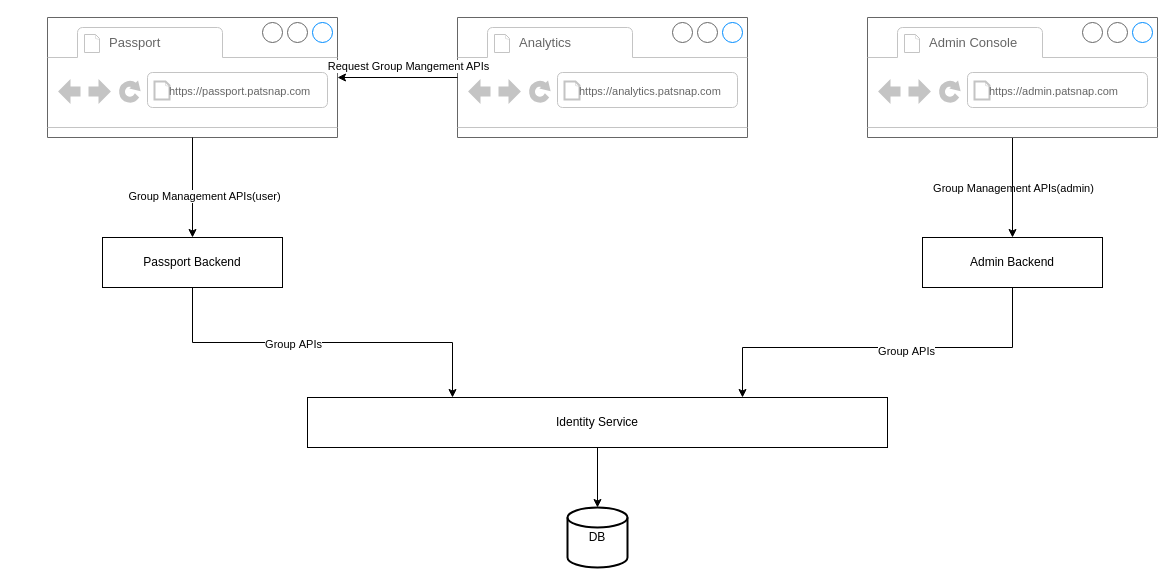
Before: Team Management.drawio in yindongjun/gangzhang.github.io, a draw.io diagram. Source tidied: cells renumbered, new cells numbered last; positions are measured from the earlier drawing's top-left corner, leaving out a move shared by most shapes. Both pictures are drawn from the tidied source at 100%, with x=0, y=0 at pixel (47, 17).
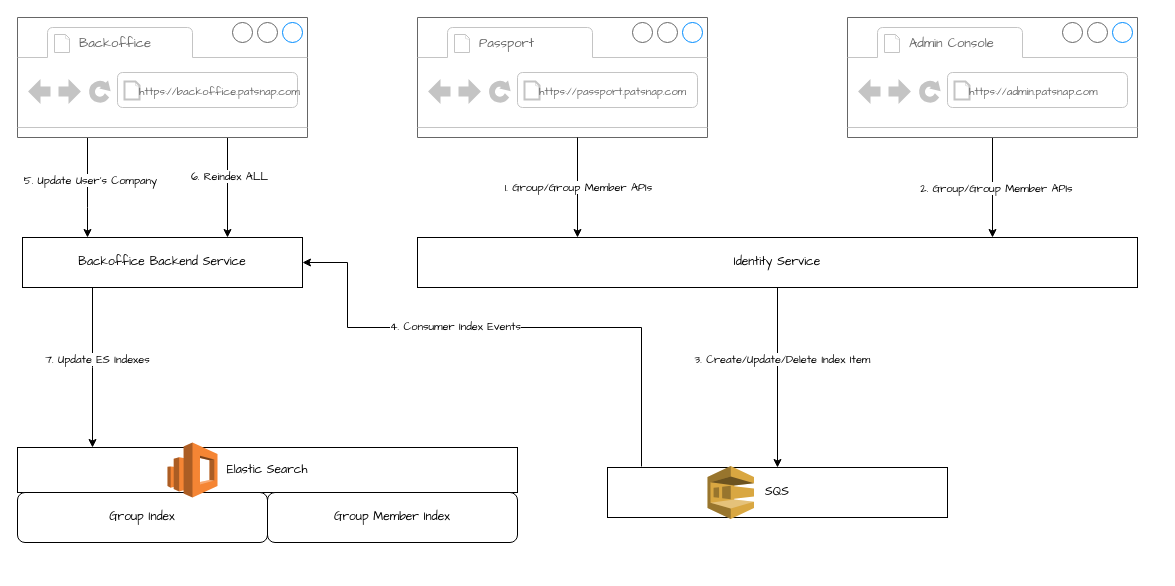
After the change.

Diff of the diagram source:
```diff
@@
+    <mxCell id="26" style="edgeStyle=orthogonalEdgeStyle;rounded=0;sketch=0;jettySize=auto;html=1;shadow=0;fontFamily=Comic Sans MS;" parent="1" edge="1" source="2" target="36">
+      <mxGeometry relative="1" as="geometry">
+        <Array as="points">
+          <mxPoint x="40" y="190" />
+          <mxPoint x="40" y="190" />
+        </Array>
+      </mxGeometry>
+    </mxCell>
+    <mxCell id="27" value="5. Update User's Company" style="edgeLabel;html=1;align=center;verticalAlign=middle;fontFamily=Comic Sans MS;" parent="26" vertex="1">
+      <mxGeometry x="-0.16" y="2" relative="1" as="geometry" />
+    </mxCell>
+    <mxCell id="28" style="edgeStyle=orthogonalEdgeStyle;rounded=0;sketch=0;jettySize=auto;html=1;shadow=0;fontFamily=Comic Sans MS;" parent="1" edge="1" source="2" target="36">
+      <mxGeometry relative="1" as="geometry">
+        <Array as="points">
+          <mxPoint x="180" y="160" />
+          <mxPoint x="180" y="160" />
+        </Array>
+      </mxGeometry>
+    </mxCell>
+    <mxCell id="29" value="6. Reindex ALL" style="edgeLabel;html=1;align=center;verticalAlign=middle;fontFamily=Comic Sans MS;" parent="28" vertex="1">
+      <mxGeometry x="-0.24" y="1" relative="1" as="geometry" />
+    </mxCell>
-    <mxCell id="2" style="strokeWidth=1;shadow=0;dashed=0;align=center;html=1;shape=mxgraph.mockup.containers.browserWindow;rSize=0;strokeColor=#666666;strokeColor2=#008cff;strokeColor3=#c4c4c4;mainText=,;" parent="1" vertex="1">
-      <mxGeometry x="410" width="290" height="120" as="geometry" />
+    <mxCell id="2" style="strokeWidth=1;shadow=0;dashed=0;align=center;html=1;shape=mxgraph.mockup.containers.browserWindow;rSize=0;strokeColor=#666666;strokeColor2=#008cff;strokeColor3=#c4c4c4;mainText=,;fontFamily=Comic Sans MS;" parent="1" vertex="1">
+      <mxGeometry x="-30" width="290" height="120" as="geometry" />
     </mxCell>
-    <mxCell id="3" value="&lt;font style=&quot;font-size: 13px&quot;&gt;Analytics&lt;/font&gt;" style="strokeWidth=1;shadow=0;dashed=0;align=center;html=1;shape=mxgraph.mockup.containers.anchor;fontSize=17;fontColor=#666666;align=left;" parent="2" vertex="1">
+    <mxCell id="3" value="&lt;font style=&quot;font-size: 13px&quot;&gt;Backoffice&lt;/font&gt;" style="strokeWidth=1;shadow=0;dashed=0;align=center;html=1;shape=mxgraph.mockup.containers.anchor;fontSize=17;fontColor=#666666;align=left;fontFamily=Comic Sans MS;" parent="2" vertex="1">
       <mxGeometry x="60" y="12" width="110" height="26" as="geometry" />
     </mxCell>
-    <mxCell id="4" value="&lt;font style=&quot;font-size: 11px&quot;&gt;https://analytics.patsnap.com&lt;/font&gt;" style="strokeWidth=1;shadow=0;dashed=0;align=center;html=1;shape=mxgraph.mockup.containers.anchor;rSize=0;fontSize=17;fontColor=#666666;align=left;" parent="2" vertex="1">
+    <mxCell id="4" value="&lt;font style=&quot;font-size: 11px&quot;&gt;https://backoffice.patsnap.com&lt;/font&gt;" style="strokeWidth=1;shadow=0;dashed=0;align=center;html=1;shape=mxgraph.mockup.containers.anchor;rSize=0;fontSize=17;fontColor=#666666;align=left;fontFamily=Comic Sans MS;" parent="2" vertex="1">
       <mxGeometry x="120" y="60" width="160" height="26" as="geometry" />
     </mxCell>
-    <mxCell id="5" style="strokeWidth=1;shadow=0;dashed=0;align=center;html=1;shape=mxgraph.mockup.containers.browserWindow;rSize=0;strokeColor=#666666;strokeColor2=#008cff;strokeColor3=#c4c4c4;mainText=,;" parent="1" vertex="1">
-      <mxGeometry width="290" height="120" as="geometry" />
+    <mxCell id="5" style="strokeWidth=1;shadow=0;dashed=0;align=center;html=1;shape=mxgraph.mockup.containers.browserWindow;rSize=0;strokeColor=#666666;strokeColor2=#008cff;strokeColor3=#c4c4c4;mainText=,;fontFamily=Comic Sans MS;" parent="1" vertex="1">
+      <mxGeometry x="370" width="290" height="120" as="geometry" />
     </mxCell>
-    <mxCell id="6" value="&lt;font style=&quot;font-size: 13px&quot;&gt;Passport&lt;/font&gt;" style="strokeWidth=1;shadow=0;dashed=0;align=center;html=1;shape=mxgraph.mockup.containers.anchor;fontSize=17;fontColor=#666666;align=left;" parent="5" vertex="1">
+    <mxCell id="6" value="&lt;font style=&quot;font-size: 13px&quot;&gt;Passport&lt;/font&gt;" style="strokeWidth=1;shadow=0;dashed=0;align=center;html=1;shape=mxgraph.mockup.containers.anchor;fontSize=17;fontColor=#666666;align=left;fontFamily=Comic Sans MS;" parent="5" vertex="1">
       <mxGeometry x="60" y="12" width="110" height="26" as="geometry" />
     </mxCell>
-    <mxCell id="7" value="&lt;font style=&quot;font-size: 11px&quot;&gt;https://passport.patsnap.com&lt;/font&gt;" style="strokeWidth=1;shadow=0;dashed=0;align=center;html=1;shape=mxgraph.mockup.containers.anchor;rSize=0;fontSize=17;fontColor=#666666;align=left;" parent="5" vertex="1">
+    <mxCell id="7" value="&lt;font style=&quot;font-size: 11px&quot;&gt;https://passport.patsnap.com&lt;/font&gt;" style="strokeWidth=1;shadow=0;dashed=0;align=center;html=1;shape=mxgraph.mockup.containers.anchor;rSize=0;fontSize=17;fontColor=#666666;align=left;fontFamily=Comic Sans MS;" parent="5" vertex="1">
       <mxGeometry x="120" y="60" width="160" height="26" as="geometry" />
     </mxCell>
-    <mxCell id="8" style="edgeStyle=orthogonalEdgeStyle;rounded=0;jettySize=auto;html=1;" parent="1" edge="1" source="2" target="5">
-      <mxGeometry relative="1" as="geometry" />
-    </mxCell>
-    <mxCell id="9" value="Request Group Mangement APIs" style="edgeLabel;html=1;align=center;verticalAlign=middle;" parent="8" vertex="1">
-      <mxGeometry x="0.02" y="3" relative="1" as="geometry">
-        <mxPoint x="11" y="-15" as="offset" />
-      </mxGeometry>
-    </mxCell>
-    <mxCell id="10" style="edgeStyle=orthogonalEdgeStyle;rounded=0;jettySize=auto;html=1;" parent="1" edge="1" source="5" target="18">
-      <mxGeometry relative="1" as="geometry" />
-    </mxCell>
-    <mxCell id="11" value="Group Management APIs(admin)" style="edgeLabel;html=1;align=center;verticalAlign=middle;" parent="10" vertex="1">
-      <mxGeometry x="-0.04" y="1" relative="1" as="geometry">
-        <mxPoint x="819" y="2" as="offset" />
-      </mxGeometry>
-    </mxCell>
-    <mxCell id="12" style="edgeStyle=orthogonalEdgeStyle;rounded=0;jettySize=auto;html=1;" parent="1" edge="1" source="13" target="21">
-      <mxGeometry relative="1" as="geometry" />
+    <mxCell id="12" style="edgeStyle=orthogonalEdgeStyle;rounded=0;jettySize=auto;html=1;fontFamily=Comic Sans MS;" parent="1" edge="1" source="13">
+      <mxGeometry relative="1" as="geometry">
+        <mxPoint x="945" y="220" as="targetPoint" />
+      </mxGeometry>
     </mxCell>
+    <mxCell id="30" value="2. Group/Group Member APIs" style="edgeLabel;html=1;align=center;verticalAlign=middle;fontFamily=Comic Sans MS;" parent="12" vertex="1">
+      <mxGeometry x="0.02" y="3" relative="1" as="geometry" />
+    </mxCell>
-    <mxCell id="13" style="strokeWidth=1;shadow=0;dashed=0;align=center;html=1;shape=mxgraph.mockup.containers.browserWindow;rSize=0;strokeColor=#666666;strokeColor2=#008cff;strokeColor3=#c4c4c4;mainText=,;" parent="1" vertex="1">
-      <mxGeometry x="820" width="290" height="120" as="geometry" />
+    <mxCell id="13" style="strokeWidth=1;shadow=0;dashed=0;align=center;html=1;shape=mxgraph.mockup.containers.browserWindow;rSize=0;strokeColor=#666666;strokeColor2=#008cff;strokeColor3=#c4c4c4;mainText=,;fontFamily=Comic Sans MS;" parent="1" vertex="1">
+      <mxGeometry x="800" width="290" height="120" as="geometry" />
     </mxCell>
-    <mxCell id="14" value="&lt;span style=&quot;font-size: 13px&quot;&gt;Admin Console&lt;/span&gt;" style="strokeWidth=1;shadow=0;dashed=0;align=center;html=1;shape=mxgraph.mockup.containers.anchor;fontSize=17;fontColor=#666666;align=left;" parent="13" vertex="1">
+    <mxCell id="14" value="&lt;span style=&quot;font-size: 13px&quot;&gt;Admin Console&lt;/span&gt;" style="strokeWidth=1;shadow=0;dashed=0;align=center;html=1;shape=mxgraph.mockup.containers.anchor;fontSize=17;fontColor=#666666;align=left;fontFamily=Comic Sans MS;" parent="13" vertex="1">
       <mxGeometry x="60" y="12" width="110" height="26" as="geometry" />
     </mxCell>
-    <mxCell id="15" value="&lt;font style=&quot;font-size: 11px&quot;&gt;https://admin.patsnap.com&lt;/font&gt;" style="strokeWidth=1;shadow=0;dashed=0;align=center;html=1;shape=mxgraph.mockup.containers.anchor;rSize=0;fontSize=17;fontColor=#666666;align=left;" parent="13" vertex="1">
+    <mxCell id="15" value="&lt;font style=&quot;font-size: 11px&quot;&gt;https://admin.patsnap.com&lt;/font&gt;" style="strokeWidth=1;shadow=0;dashed=0;align=center;html=1;shape=mxgraph.mockup.containers.anchor;rSize=0;fontSize=17;fontColor=#666666;align=left;fontFamily=Comic Sans MS;" parent="13" vertex="1">
       <mxGeometry x="120" y="60" width="160" height="26" as="geometry" />
     </mxCell>
-    <mxCell id="16" style="edgeStyle=orthogonalEdgeStyle;rounded=0;jettySize=auto;html=1;exitX=0.5;exitY=1;exitDx=0;exitDy=0;entryX=0.25;entryY=0;entryDx=0;entryDy=0;" parent="1" edge="1" source="18" target="23">
-      <mxGeometry relative="1" as="geometry" />
-    </mxCell>
-    <mxCell id="17" value="Group&amp;nbsp;APIs" style="edgeLabel;html=1;align=center;verticalAlign=middle;" parent="16" vertex="1">
-      <mxGeometry x="-0.16" y="-1" relative="1" as="geometry" />
-    </mxCell>
+    <mxCell id="31" style="edgeStyle=orthogonalEdgeStyle;rounded=0;jettySize=auto;html=1;fontFamily=Comic Sans MS;" parent="1" edge="1" source="18" target="42">
+      <mxGeometry relative="1" as="geometry" />
+    </mxCell>
+    <mxCell id="32" value="3. Create/Update/Delete Index Item" style="edgeLabel;html=1;align=center;verticalAlign=middle;fontFamily=Comic Sans MS;" parent="31" vertex="1">
+      <mxGeometry x="-0.21" y="4" relative="1" as="geometry" />
+    </mxCell>
-    <mxCell id="18" value="Passport Backend" style="rounded=0;whiteSpace=wrap;html=1;" parent="1" vertex="1">
-      <mxGeometry x="55" y="220" width="180" height="50" as="geometry" />
+    <mxCell id="18" value="Identity Service" style="rounded=0;whiteSpace=wrap;html=1;fontFamily=Comic Sans MS;" parent="1" vertex="1">
+      <mxGeometry x="370" y="220" width="720" height="50" as="geometry" />
     </mxCell>
-    <mxCell id="19" style="edgeStyle=orthogonalEdgeStyle;rounded=0;jettySize=auto;html=1;entryX=0.75;entryY=0;entryDx=0;entryDy=0;" parent="1" edge="1" source="21" target="23">
-      <mxGeometry relative="1" as="geometry">
-        <Array as="points">
-          <mxPoint x="965" y="330" />
-          <mxPoint x="695" y="330" />
-        </Array>
-      </mxGeometry>
-    </mxCell>
-    <mxCell id="20" value="Group&amp;nbsp;APIs" style="edgeLabel;html=1;align=center;verticalAlign=middle;" parent="19" vertex="1">
-      <mxGeometry x="-0.12" y="3" relative="1" as="geometry" />
-    </mxCell>
-    <mxCell id="21" value="Admin Backend" style="rounded=0;whiteSpace=wrap;html=1;" parent="1" vertex="1">
-      <mxGeometry x="875" y="220" width="180" height="50" as="geometry" />
-    </mxCell>
-    <mxCell id="22" style="edgeStyle=orthogonalEdgeStyle;rounded=0;jettySize=auto;html=1;entryX=0.5;entryY=0;entryDx=0;entryDy=0;entryPerimeter=0;" parent="1" edge="1" source="23" target="24">
-      <mxGeometry relative="1" as="geometry" />
-    </mxCell>
-    <mxCell id="23" value="Identity Service" style="rounded=0;whiteSpace=wrap;html=1;" parent="1" vertex="1">
-      <mxGeometry x="260" y="380" width="580" height="50" as="geometry" />
+    <mxCell id="23" value="Elastic Search" style="rounded=0;whiteSpace=wrap;html=1;fontFamily=Comic Sans MS;shadow=0;sketch=0;glass=0;" parent="1" vertex="1">
+      <mxGeometry x="-30" y="430" width="500" height="45" as="geometry" />
     </mxCell>
-    <mxCell id="24" value="DB" style="strokeWidth=2;html=1;shape=mxgraph.flowchart.database;whiteSpace=wrap;" parent="1" vertex="1">
-      <mxGeometry x="520" y="490" width="60" height="60" as="geometry" />
-    </mxCell>
-    <mxCell id="25" value="Group Management APIs(user)" style="edgeLabel;html=1;align=center;verticalAlign=middle;" parent="1" vertex="1">
-      <mxGeometry x="156" y="178" as="geometry" />
-    </mxCell>
+    <mxCell id="33" value="Group Index" style="rounded=1;whiteSpace=wrap;html=1;fontFamily=Comic Sans MS;" parent="1" vertex="1">
+      <mxGeometry x="-30" y="475" width="250" height="50" as="geometry" />
+    </mxCell>
+    <mxCell id="34" style="edgeStyle=orthogonalEdgeStyle;rounded=0;sketch=0;jettySize=auto;html=1;exitX=0.25;exitY=1;exitDx=0;exitDy=0;shadow=0;fontFamily=Comic Sans MS;" parent="1" edge="1" source="36">
+      <mxGeometry relative="1" as="geometry">
+        <mxPoint x="45" y="430" as="targetPoint" />
+      </mxGeometry>
+    </mxCell>
+    <mxCell id="35" value="7. Update ES Indexes" style="edgeLabel;html=1;align=center;verticalAlign=middle;fontFamily=Comic Sans MS;" parent="34" vertex="1">
+      <mxGeometry x="-0.12" y="4" relative="1" as="geometry" />
+    </mxCell>
+    <mxCell id="36" value="Backoffice Backend Service" style="rounded=0;whiteSpace=wrap;html=1;fontFamily=Comic Sans MS;" parent="1" vertex="1">
+      <mxGeometry x="-25" y="220" width="280" height="50" as="geometry" />
+    </mxCell>
+    <mxCell id="37" style="edgeStyle=orthogonalEdgeStyle;rounded=0;orthogonalLoop=1;jettySize=auto;html=1;fontFamily=Comic Sans MS;shadow=0;sketch=0;" parent="1" edge="1">
+      <mxGeometry relative="1" as="geometry">
+        <mxPoint x="530" y="120" as="sourcePoint" />
+        <mxPoint x="530" y="220" as="targetPoint" />
+      </mxGeometry>
+    </mxCell>
+    <mxCell id="38" value="1. Group/Group Member APIs" style="edgeLabel;html=1;align=center;verticalAlign=middle;fontFamily=Comic Sans MS;" parent="37" vertex="1">
+      <mxGeometry x="-0.02" relative="1" as="geometry" />
+    </mxCell>
+    <mxCell id="39" value="Group Member Index" style="rounded=1;whiteSpace=wrap;html=1;fontFamily=Comic Sans MS;" parent="1" vertex="1">
+      <mxGeometry x="220" y="475" width="250" height="50" as="geometry" />
+    </mxCell>
+    <mxCell id="40" style="edgeStyle=orthogonalEdgeStyle;rounded=0;sketch=0;jettySize=auto;html=1;exitX=0.1;exitY=-0.02;exitDx=0;exitDy=0;entryX=1;entryY=0.5;entryDx=0;entryDy=0;shadow=0;fontFamily=Comic Sans MS;exitPerimeter=0;" parent="1" edge="1" source="42" target="36">
+      <mxGeometry relative="1" as="geometry">
+        <Array as="points">
+          <mxPoint x="594" y="310" />
+          <mxPoint x="300" y="310" />
+          <mxPoint x="300" y="245" />
+        </Array>
+      </mxGeometry>
+    </mxCell>
+    <mxCell id="41" value="4. Consumer Index Events" style="edgeLabel;html=1;align=center;verticalAlign=middle;fontFamily=Comic Sans MS;" parent="40" vertex="1">
+      <mxGeometry x="0.2" y="-2" relative="1" as="geometry" />
+    </mxCell>
+    <mxCell id="42" value="SQS" style="rounded=0;whiteSpace=wrap;html=1;fontFamily=Comic Sans MS;" parent="1" vertex="1">
+      <mxGeometry x="560" y="450" width="340" height="50" as="geometry" />
+    </mxCell>
+    <mxCell id="43" style="dashed=0;verticalLabelPosition=bottom;verticalAlign=top;align=center;html=1;shape=mxgraph.aws3.elasticsearch_service;fillColor=#F58534;gradientColor=none;fontFamily=Comic Sans MS;" parent="1" vertex="1">
+      <mxGeometry x="120" y="425" width="50" height="55" as="geometry" />
+    </mxCell>
+    <mxCell id="44" style="dashed=0;verticalLabelPosition=bottom;verticalAlign=top;align=center;html=1;shape=mxgraph.aws3.sqs;fillColor=#D9A741;gradientColor=none;fontFamily=Comic Sans MS;" parent="1" vertex="1">
+      <mxGeometry x="660" y="448.5" width="46.5" height="53" as="geometry" />
+    </mxCell>
```
